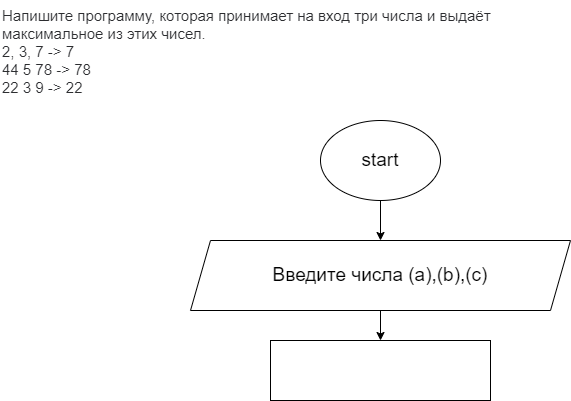
Before: Homework01/Ex002/Ex002.Drawio.png, a diagram exported from draw.io (TereshchenkoVS/Repo). Source tidied: cells renumbered, new cells last; positions are measured from the earlier drawing's top-left corner, leaving out a move shared by most shapes. Its diagram source:
```xml
<mxGraphModel>
  <root>
    <mxCell id="0" />
    <mxCell id="1" parent="0" />
    <mxCell id="2" value="&lt;p style=&quot;box-sizing: border-box; margin: 0px; font-weight: 400; color: rgb(44, 45, 48); font-family: roboto, &amp;quot;san francisco&amp;quot;, &amp;quot;helvetica neue&amp;quot;, helvetica, arial; font-size: 15px; font-style: normal; letter-spacing: normal; text-indent: 0px; text-transform: none; word-spacing: 0px; background-color: rgb(255, 255, 255);&quot;&gt;Напишите программу, которая принимает на вход три числа и выдаёт максимальное из этих чисел.&lt;/p&gt;&lt;p style=&quot;box-sizing: border-box; margin: 0px; font-weight: 400; color: rgb(44, 45, 48); font-family: roboto, &amp;quot;san francisco&amp;quot;, &amp;quot;helvetica neue&amp;quot;, helvetica, arial; font-size: 15px; font-style: normal; letter-spacing: normal; text-indent: 0px; text-transform: none; word-spacing: 0px; background-color: rgb(255, 255, 255);&quot;&gt;2, 3, 7 -&amp;gt; 7&lt;br style=&quot;box-sizing: border-box&quot;&gt;44 5 78 -&amp;gt; 78&lt;br style=&quot;box-sizing: border-box&quot;&gt;22 3 9 -&amp;gt; 22&lt;/p&gt;" style="text;whiteSpace=wrap;html=1;" parent="1" vertex="1">
      <mxGeometry width="550" height="90" as="geometry" />
    </mxCell>
    <mxCell id="3" style="edgeStyle=none;html=1;fontSize=19;" parent="1" edge="1" source="4" target="6">
      <mxGeometry relative="1" as="geometry" />
    </mxCell>
    <mxCell id="4" value="start" style="ellipse;whiteSpace=wrap;html=1;fontSize=19;" parent="1" vertex="1">
      <mxGeometry x="320" y="120" width="120" height="80" as="geometry" />
    </mxCell>
    <mxCell id="5" style="edgeStyle=none;html=1;fontSize=19;" parent="1" edge="1" source="6" target="7">
      <mxGeometry relative="1" as="geometry" />
    </mxCell>
    <mxCell id="6" value="Введите числа (a),(b),(c)" style="shape=parallelogram;perimeter=parallelogramPerimeter;whiteSpace=wrap;html=1;fixedSize=1;fontSize=19;" parent="1" vertex="1">
      <mxGeometry x="190" y="240" width="380" height="70" as="geometry" />
    </mxCell>
    <mxCell id="7" style="whiteSpace=wrap;html=1;fontSize=19;" parent="1" vertex="1">
      <mxGeometry x="270" y="340" width="220" height="60" as="geometry" />
    </mxCell>
  </root>
</mxGraphModel>
```
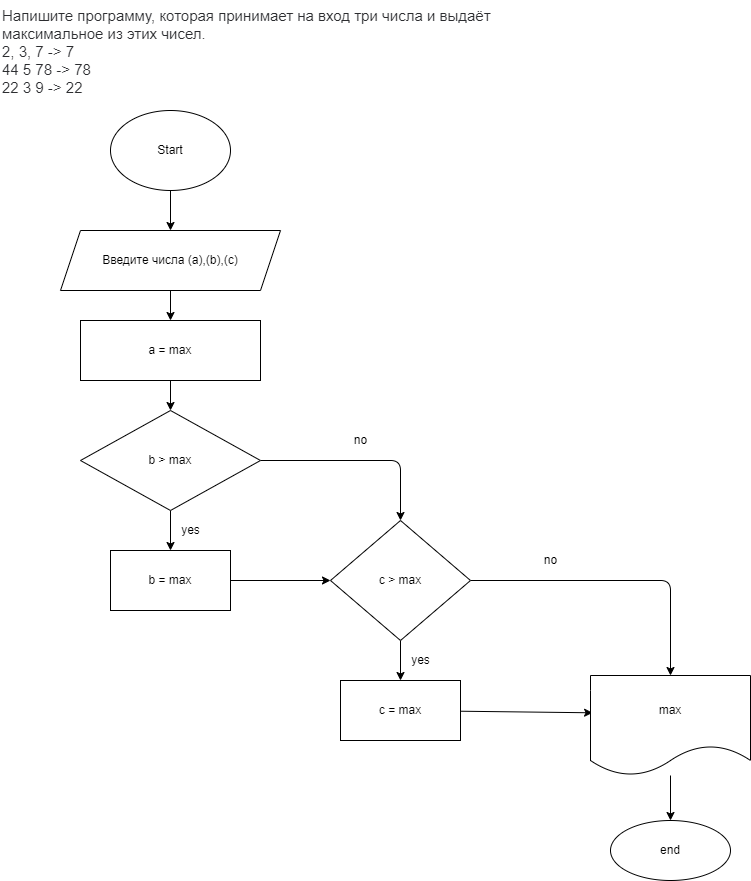
The same diagram one commit later.

Change to the diagram source:
```diff
@@ -5,20 +5,84 @@
     <mxCell id="2" value="&lt;p style=&quot;box-sizing: border-box; margin: 0px; font-weight: 400; color: rgb(44, 45, 48); font-family: roboto, &amp;quot;san francisco&amp;quot;, &amp;quot;helvetica neue&amp;quot;, helvetica, arial; font-size: 15px; font-style: normal; letter-spacing: normal; text-indent: 0px; text-transform: none; word-spacing: 0px; background-color: rgb(255, 255, 255);&quot;&gt;Напишите программу, которая принимает на вход три числа и выдаёт максимальное из этих чисел.&lt;/p&gt;&lt;p style=&quot;box-sizing: border-box; margin: 0px; font-weight: 400; color: rgb(44, 45, 48); font-family: roboto, &amp;quot;san francisco&amp;quot;, &amp;quot;helvetica neue&amp;quot;, helvetica, arial; font-size: 15px; font-style: normal; letter-spacing: normal; text-indent: 0px; text-transform: none; word-spacing: 0px; background-color: rgb(255, 255, 255);&quot;&gt;2, 3, 7 -&amp;gt; 7&lt;br style=&quot;box-sizing: border-box&quot;&gt;44 5 78 -&amp;gt; 78&lt;br style=&quot;box-sizing: border-box&quot;&gt;22 3 9 -&amp;gt; 22&lt;/p&gt;" style="text;whiteSpace=wrap;html=1;" parent="1" vertex="1">
       <mxGeometry width="550" height="90" as="geometry" />
     </mxCell>
-    <mxCell id="3" style="edgeStyle=none;html=1;fontSize=19;" parent="1" edge="1" source="4" target="6">
-      <mxGeometry relative="1" as="geometry" />
-    </mxCell>
-    <mxCell id="4" value="start" style="ellipse;whiteSpace=wrap;html=1;fontSize=19;" parent="1" vertex="1">
-      <mxGeometry x="320" y="120" width="120" height="80" as="geometry" />
-    </mxCell>
-    <mxCell id="5" style="edgeStyle=none;html=1;fontSize=19;" parent="1" edge="1" source="6" target="7">
+    <mxCell id="5" style="edgeStyle=none;html=1;" parent="1" edge="1" source="8" target="6">
       <mxGeometry relative="1" as="geometry" />
     </mxCell>
+    <mxCell id="8" value="Start" style="ellipse;whiteSpace=wrap;html=1;" parent="1" vertex="1">
+      <mxGeometry x="110" y="110" width="120" height="80" as="geometry" />
+    </mxCell>
+    <mxCell id="9" style="edgeStyle=none;html=1;" parent="1" edge="1" target="11">
+      <mxGeometry relative="1" as="geometry">
+        <mxPoint x="170" y="290" as="sourcePoint" />
+      </mxGeometry>
+    </mxCell>
+    <mxCell id="10" style="edgeStyle=none;html=1;" parent="1" edge="1" source="11" target="14">
+      <mxGeometry relative="1" as="geometry" />
+    </mxCell>
+    <mxCell id="11" value="a = max" style="whiteSpace=wrap;html=1;" parent="1" vertex="1">
+      <mxGeometry x="80" y="320" width="180" height="60" as="geometry" />
+    </mxCell>
+    <mxCell id="12" style="edgeStyle=none;html=1;" parent="1" edge="1" source="14" target="16">
+      <mxGeometry relative="1" as="geometry" />
+    </mxCell>
+    <mxCell id="13" style="edgeStyle=none;html=1;" parent="1" edge="1" source="14" target="20">
+      <mxGeometry relative="1" as="geometry">
+        <Array as="points">
+          <mxPoint x="400" y="460" />
+        </Array>
+      </mxGeometry>
+    </mxCell>
+    <mxCell id="14" value="b &amp;gt; max" style="rhombus;whiteSpace=wrap;html=1;" parent="1" vertex="1">
+      <mxGeometry x="80" y="410" width="180" height="100" as="geometry" />
+    </mxCell>
+    <mxCell id="15" style="edgeStyle=none;html=1;entryX=0;entryY=0.5;entryDx=0;entryDy=0;" parent="1" edge="1" source="16" target="20">
+      <mxGeometry relative="1" as="geometry" />
+    </mxCell>
+    <mxCell id="16" value="b = max" style="whiteSpace=wrap;html=1;" parent="1" vertex="1">
+      <mxGeometry x="110" y="550" width="120" height="60" as="geometry" />
+    </mxCell>
+    <mxCell id="17" value="yes" style="text;html=1;align=center;verticalAlign=middle;strokeColor=none;fillColor=none;" parent="1" vertex="1">
+      <mxGeometry x="175" y="520" width="30" height="20" as="geometry" />
+    </mxCell>
+    <mxCell id="18" style="edgeStyle=none;html=1;" parent="1" edge="1" source="20" target="23">
+      <mxGeometry relative="1" as="geometry" />
+    </mxCell>
+    <mxCell id="19" style="edgeStyle=none;html=1;" parent="1" edge="1" source="20" target="26">
+      <mxGeometry relative="1" as="geometry">
+        <Array as="points">
+          <mxPoint x="670" y="580" />
+        </Array>
+      </mxGeometry>
+    </mxCell>
+    <mxCell id="20" value="c &amp;gt; max" style="rhombus;whiteSpace=wrap;html=1;" parent="1" vertex="1">
+      <mxGeometry x="330" y="520" width="140" height="120" as="geometry" />
+    </mxCell>
+    <mxCell id="21" value="no" style="text;html=1;align=center;verticalAlign=middle;strokeColor=none;fillColor=none;" parent="1" vertex="1">
+      <mxGeometry x="345" y="430" width="30" height="20" as="geometry" />
+    </mxCell>
+    <mxCell id="22" style="edgeStyle=none;html=1;entryX=0.013;entryY=0.373;entryDx=0;entryDy=0;entryPerimeter=0;" parent="1" edge="1" source="23" target="26">
+      <mxGeometry relative="1" as="geometry" />
+    </mxCell>
+    <mxCell id="23" value="c = max" style="whiteSpace=wrap;html=1;" parent="1" vertex="1">
+      <mxGeometry x="340" y="680" width="120" height="60" as="geometry" />
+    </mxCell>
+    <mxCell id="24" value="yes" style="text;html=1;align=center;verticalAlign=middle;strokeColor=none;fillColor=none;" parent="1" vertex="1">
+      <mxGeometry x="405" y="650" width="30" height="20" as="geometry" />
+    </mxCell>
+    <mxCell id="25" style="edgeStyle=none;html=1;" parent="1" edge="1" source="26" target="27">
+      <mxGeometry relative="1" as="geometry" />
+    </mxCell>
+    <mxCell id="26" value="max" style="shape=document;whiteSpace=wrap;html=1;boundedLbl=1;" parent="1" vertex="1">
+      <mxGeometry x="590" y="675" width="160" height="100" as="geometry" />
+    </mxCell>
+    <mxCell id="27" value="end" style="ellipse;whiteSpace=wrap;html=1;" parent="1" vertex="1">
+      <mxGeometry x="610" y="820" width="120" height="60" as="geometry" />
+    </mxCell>
+    <mxCell id="28" value="no" style="text;html=1;align=center;verticalAlign=middle;strokeColor=none;fillColor=none;" parent="1" vertex="1">
+      <mxGeometry x="535" y="550" width="30" height="20" as="geometry" />
+    </mxCell>
-    <mxCell id="6" value="Введите числа (a),(b),(c)" style="shape=parallelogram;perimeter=parallelogramPerimeter;whiteSpace=wrap;html=1;fixedSize=1;fontSize=19;" parent="1" vertex="1">
-      <mxGeometry x="190" y="240" width="380" height="70" as="geometry" />
+    <mxCell id="6" value="Введите числа (a),(b),(c)" style="shape=parallelogram;perimeter=parallelogramPerimeter;whiteSpace=wrap;html=1;fixedSize=1;" parent="1" vertex="1">
+      <mxGeometry x="60" y="230" width="220" height="60" as="geometry" />
     </mxCell>
-    <mxCell id="7" style="whiteSpace=wrap;html=1;fontSize=19;" parent="1" vertex="1">
-      <mxGeometry x="270" y="340" width="220" height="60" as="geometry" />
-    </mxCell>
   </root>
 </mxGraphModel>
```
